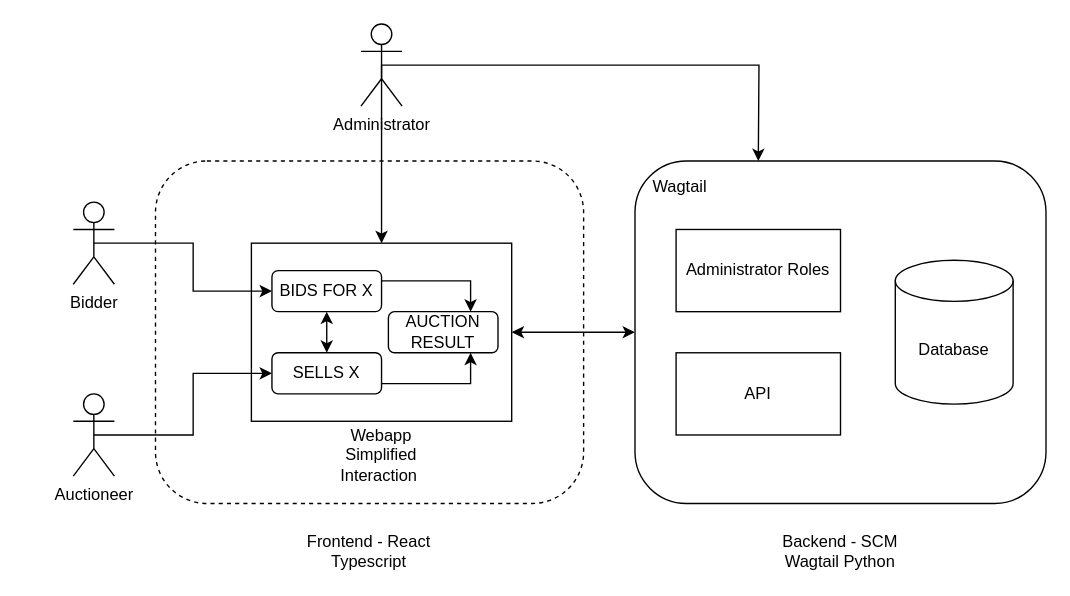
This is Process Diagram.drawio from AaronVS/BidWin, a draw.io file, before an edit. Source tidied: cells renumbered, new cells numbered last; positions are measured from the earlier drawing's top-left corner, leaving out a move shared by most shapes. Both pictures are drawn from the tidied source at 137%, with x=0, y=0 at pixel (73, 23).
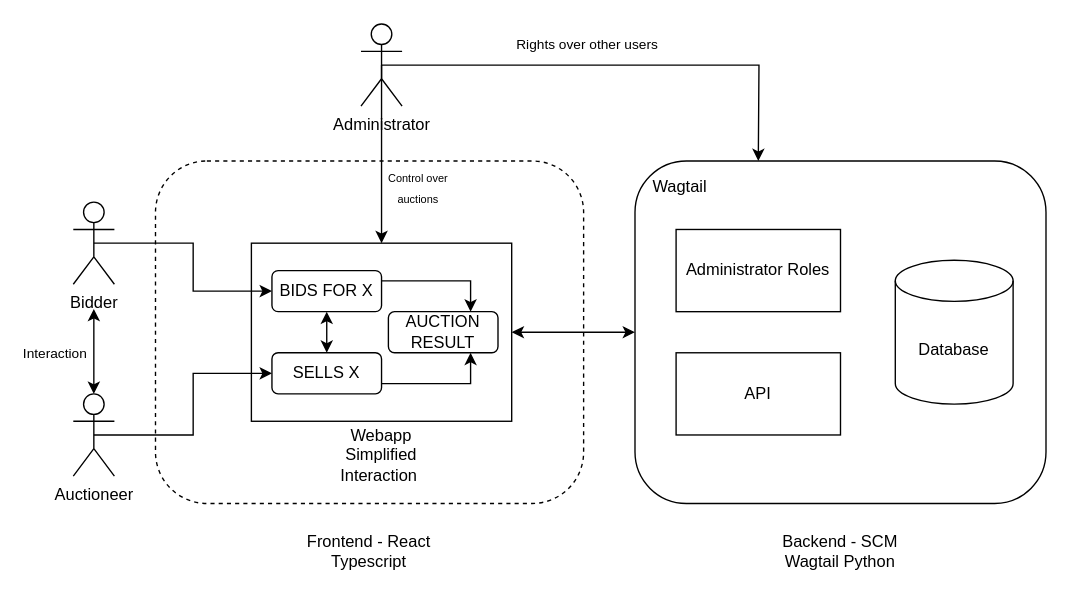
Above is the later version.

The change refers to these unchanged cells:
```xml
<mxCell id="7" value="Auctioneer" style="shape=umlActor;verticalLabelPosition=bottom;verticalAlign=top;html=1;outlineConnect=0;" parent="1" vertex="1">
  <mxGeometry y="270" width="30" height="60" as="geometry" />
</mxCell>
```

Change to the diagram source:
```diff
@@
+    <mxCell id="27" style="endArrow=classic;startArrow=classic;html=1;rounded=0;exitX=0.5;exitY=0;exitDx=0;exitDy=0;exitPerimeter=0;" parent="1" edge="1" source="7">
+      <mxGeometry relative="1" as="geometry">
+        <mxPoint x="15" y="208" as="targetPoint" />
+      </mxGeometry>
+    </mxCell>
+    <mxCell id="28" value="&lt;font style=&quot;font-size: 10px;&quot;&gt;Interaction&lt;br&gt;&lt;/font&gt;" style="text;html=1;strokeColor=none;fillColor=none;align=center;verticalAlign=middle;whiteSpace=wrap;rounded=0;" parent="1" vertex="1">
+      <mxGeometry x="-26" y="221" width="26" height="38" as="geometry" />
+    </mxCell>
+    <mxCell id="29" value="&lt;font style=&quot;font-size: 8px;&quot;&gt;Control over auctions&lt;/font&gt;" style="text;html=1;strokeColor=none;fillColor=none;align=center;verticalAlign=middle;whiteSpace=wrap;rounded=0;" parent="1" vertex="1">
+      <mxGeometry x="222" y="104" width="60" height="30" as="geometry" />
+    </mxCell>
+    <mxCell id="30" value="&lt;font style=&quot;font-size: 10px;&quot;&gt;Rights over other users&lt;/font&gt;" style="text;html=1;strokeColor=none;fillColor=none;align=center;verticalAlign=middle;whiteSpace=wrap;rounded=0;" parent="1" vertex="1">
+      <mxGeometry x="305" width="141" height="30" as="geometry" />
+    </mxCell>
```
